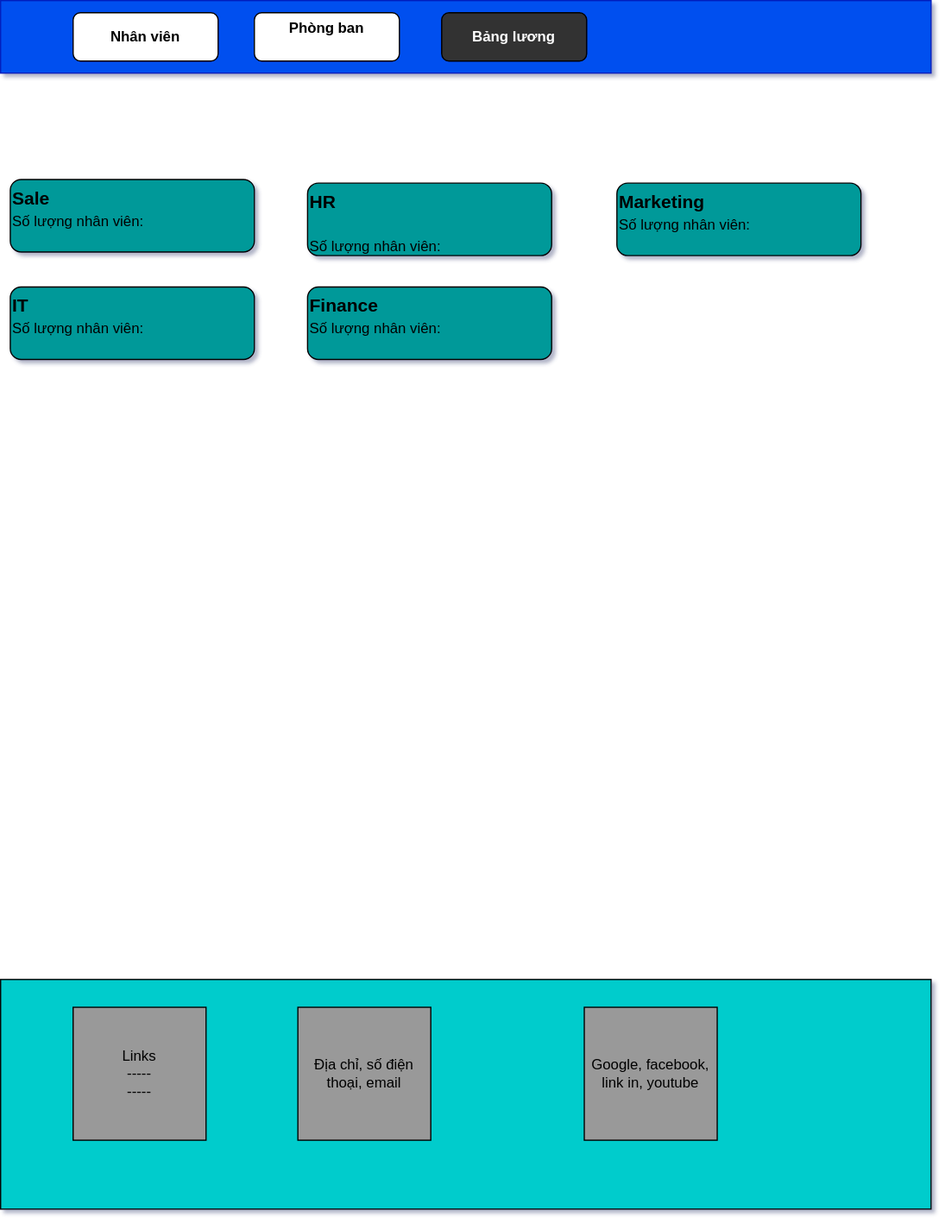
This is DRAWIO/department.drawio.svg from ktkthuong/Funix-React-Lab, a draw.io export, as it was before one commit. Source tidied: cells renumbered, new cells last; positions are measured from the earlier drawing's top-left corner, leaving out a move shared by most shapes.
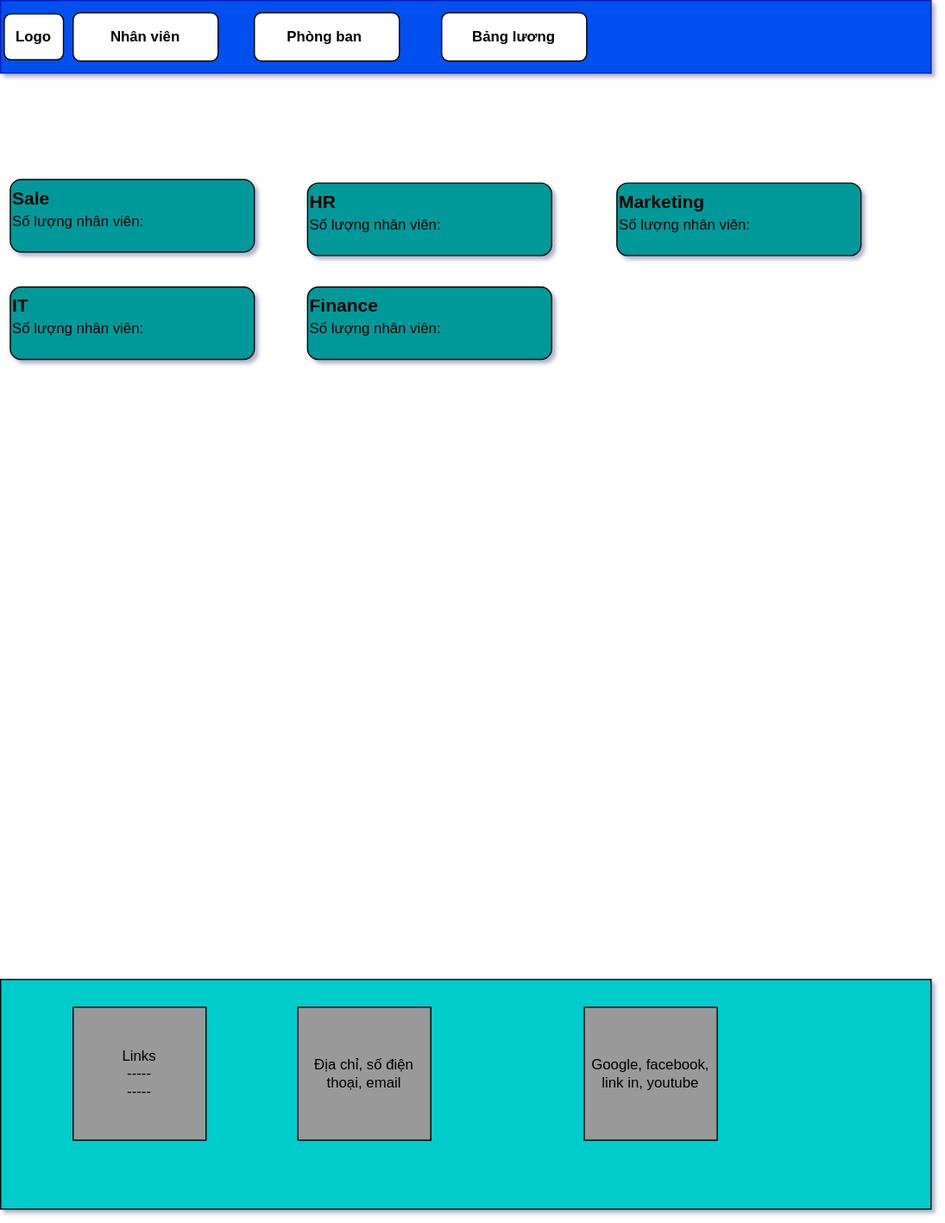
Later version of the same file.

Change to the diagram source:
```diff
@@ -11,7 +11,7 @@
     <mxCell id="4" value="Phòng ban&lt;span style=&quot;white-space: pre&quot;&gt; &lt;/span&gt;" style="rounded=1;whiteSpace=wrap;html=1;fontStyle=1;" parent="1" vertex="1">
       <mxGeometry x="210" y="10" width="120" height="40" as="geometry" />
     </mxCell>
-    <mxCell id="5" value="Bảng lương" style="rounded=1;whiteSpace=wrap;html=1;fontStyle=1;fillColor=#333333;fontColor=#FFFFFF;" parent="1" vertex="1">
+    <mxCell id="5" value="&lt;font color=&quot;#000000&quot;&gt;Bảng lương&lt;/font&gt;" style="rounded=1;whiteSpace=wrap;html=1;fontStyle=1;fillColor=#FFFFFF;fontColor=#FFFFFF;" parent="1" vertex="1">
       <mxGeometry x="365" y="10" width="120" height="40" as="geometry" />
     </mxCell>
     <mxCell id="6" style="rounded=0;whiteSpace=wrap;html=1;labelBackgroundColor=#007FFF;labelBorderColor=none;fontColor=#FFFFFF;shadow=0;fillColor=#00CCCC;" parent="1" vertex="1">
@@ -41,5 +41,8 @@
     <mxCell id="14" value="&lt;b&gt;Marketing&lt;/b&gt;&lt;br&gt;&lt;font style=&quot;font-size: 12px&quot;&gt;Số lượng nhân viên:&lt;/font&gt;" style="rounded=1;whiteSpace=wrap;html=1;fillColor=#009999;verticalAlign=top;align=left;fontSize=15;" parent="1" vertex="1">
       <mxGeometry x="510" y="151" width="202" height="60" as="geometry" />
     </mxCell>
+    <mxCell id="15" value="&lt;b&gt;Logo&lt;/b&gt;" style="rounded=1;whiteSpace=wrap;html=1;fontSize=12;fontColor=#000000;fillColor=#FFFFFF;" parent="1" vertex="1">
+      <mxGeometry x="3" y="11" width="49" height="38" as="geometry" />
+    </mxCell>
   </root>
 </mxGraphModel>
```
